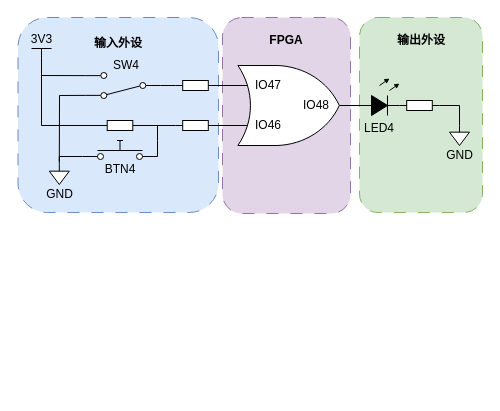
zeandon/draw.io keeps this draw.io diagram as page "或门_实际" (10 of 12) of 多功能数字钟_实验指导书.drawio. Above is the earlier version. Source tidied: cells renumbered, new cells numbered last; positions are measured from the earlier drawing's top-left corner, leaving out a move shared by most shapes. Both pictures are drawn from the tidied source at 100%, with x=0, y=0 at pixel (18, 17). Pictures stored in the file or linked from it are replaced by grey dashed boxes.
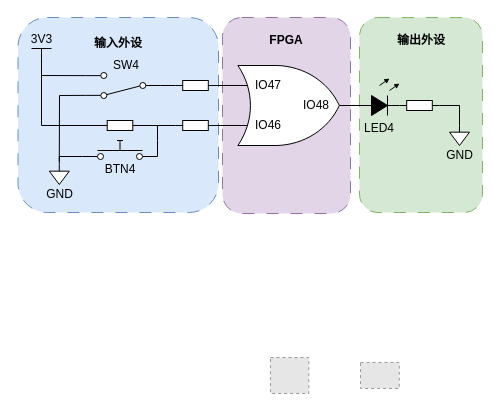
Above is the later version.

Diff of the diagram source:
```diff
@@
+    <mxCell id="36" style="fillColor=#E6E6E6;strokeColor=#999999;dashed=1;verticalLabelPosition=bottom;labelBackgroundColor=default;verticalAlign=top;" parent="1" vertex="1">
+      <mxGeometry x="342" y="345" width="38.8" height="26" as="geometry" />
+    </mxCell>
+    <mxCell id="37" style="fillColor=#E6E6E6;strokeColor=#999999;dashed=1;verticalLabelPosition=bottom;labelBackgroundColor=default;verticalAlign=top;" parent="1" vertex="1">
+      <mxGeometry x="252" y="340" width="38.3" height="36" as="geometry" />
+    </mxCell>
```
